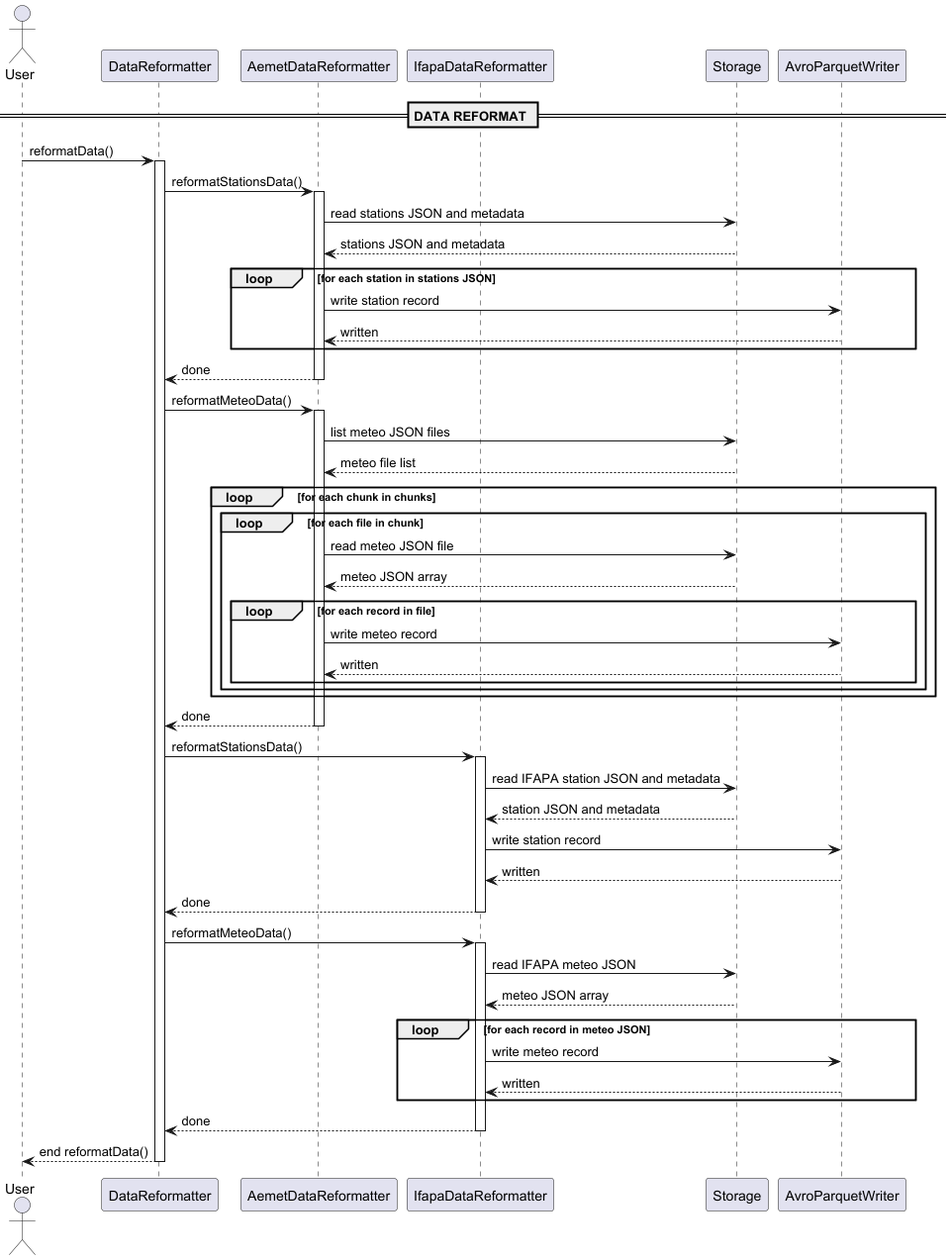
cfkr-dev/aemet_spark_study keeps this PlantUML diagram as big-data-core/documentation/export/data_extraction/data_reformatter_execution.png. Above is the earlier version. The source it was exported from:
```plantuml
@startuml
actor User

participant "DataReformatter" as DATA_REFORMAT
participant "AemetDataReformatter" as AEMET_REFMT
participant "IfapaDataReformatter" as IFAPA_REFMT
participant "Storage" as STORAGE
participant "AvroParquetWriter" as PARQUET

== DATA REFORMAT ==

User -> DATA_REFORMAT : reformatData()
activate DATA_REFORMAT

DATA_REFORMAT -> AEMET_REFMT : reformatStationsData()
activate AEMET_REFMT
AEMET_REFMT -> STORAGE : read stations JSON and metadata
STORAGE --> AEMET_REFMT : stations JSON and metadata
loop for each station in stations JSON
  AEMET_REFMT -> PARQUET : write station record
  PARQUET --> AEMET_REFMT : written
end
AEMET_REFMT --> DATA_REFORMAT : done
deactivate AEMET_REFMT

DATA_REFORMAT -> AEMET_REFMT : reformatMeteoData()
activate AEMET_REFMT
AEMET_REFMT -> STORAGE : list meteo JSON files
STORAGE --> AEMET_REFMT : meteo file list
loop for each chunk in chunks
  loop for each file in chunk
    AEMET_REFMT -> STORAGE : read meteo JSON file
    STORAGE --> AEMET_REFMT : meteo JSON array
    loop for each record in file
      AEMET_REFMT -> PARQUET : write meteo record
      PARQUET --> AEMET_REFMT : written
    end
  end
end
AEMET_REFMT --> DATA_REFORMAT : done
deactivate AEMET_REFMT

DATA_REFORMAT -> IFAPA_REFMT : reformatStationsData()
activate IFAPA_REFMT
IFAPA_REFMT -> STORAGE : read IFAPA station JSON and metadata
STORAGE --> IFAPA_REFMT : station JSON and metadata
IFAPA_REFMT -> PARQUET : write station record
PARQUET --> IFAPA_REFMT : written
IFAPA_REFMT --> DATA_REFORMAT : done
deactivate IFAPA_REFMT

DATA_REFORMAT -> IFAPA_REFMT : reformatMeteoData()
activate IFAPA_REFMT
IFAPA_REFMT -> STORAGE : read IFAPA meteo JSON
STORAGE --> IFAPA_REFMT : meteo JSON array
loop for each record in meteo JSON
  IFAPA_REFMT -> PARQUET : write meteo record
  PARQUET --> IFAPA_REFMT : written
end
IFAPA_REFMT --> DATA_REFORMAT : done
deactivate IFAPA_REFMT

DATA_REFORMAT --> User : end reformatData()
deactivate DATA_REFORMAT

@enduml
```
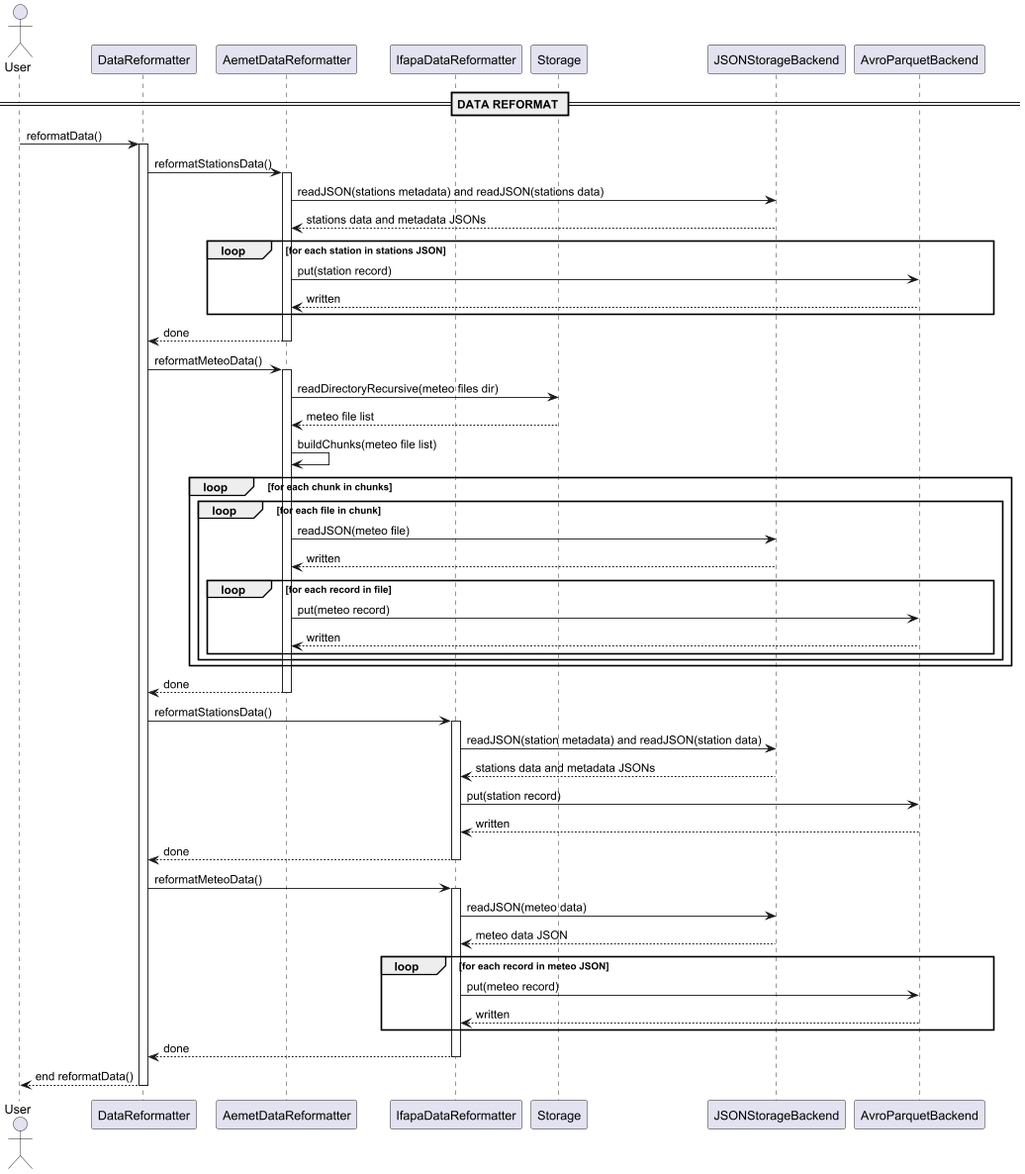
Later version of the same file.

Change to the diagram source:
```diff
@@ -5,7 +5,8 @@
 participant "AemetDataReformatter" as AEMET_REFMT
 participant "IfapaDataReformatter" as IFAPA_REFMT
 participant "Storage" as STORAGE
-participant "AvroParquetWriter" as PARQUET
+participant "JSONStorageBackend" as JSON_STORAGE_BACKEND
+participant "AvroParquetBackend" as PARQUET_STORAGE_BACKEND
 
 == DATA REFORMAT ==
 
@@ -14,26 +15,27 @@
 
 DATA_REFORMAT -> AEMET_REFMT : reformatStationsData()
 activate AEMET_REFMT
-AEMET_REFMT -> STORAGE : read stations JSON and metadata
-STORAGE --> AEMET_REFMT : stations JSON and metadata
+AEMET_REFMT -> JSON_STORAGE_BACKEND : readJSON(stations metadata) and readJSON(stations data)
+JSON_STORAGE_BACKEND --> AEMET_REFMT : stations data and metadata JSONs
 loop for each station in stations JSON
-  AEMET_REFMT -> PARQUET : write station record
-  PARQUET --> AEMET_REFMT : written
+  AEMET_REFMT -> PARQUET_STORAGE_BACKEND: put(station record)
+  PARQUET_STORAGE_BACKEND --> AEMET_REFMT : written
 end
 AEMET_REFMT --> DATA_REFORMAT : done
 deactivate AEMET_REFMT
 
 DATA_REFORMAT -> AEMET_REFMT : reformatMeteoData()
 activate AEMET_REFMT
-AEMET_REFMT -> STORAGE : list meteo JSON files
+AEMET_REFMT -> STORAGE : readDirectoryRecursive(meteo files dir)
 STORAGE --> AEMET_REFMT : meteo file list
+AEMET_REFMT -> AEMET_REFMT : buildChunks(meteo file list)
 loop for each chunk in chunks
   loop for each file in chunk
-    AEMET_REFMT -> STORAGE : read meteo JSON file
-    STORAGE --> AEMET_REFMT : meteo JSON array
+    AEMET_REFMT -> JSON_STORAGE_BACKEND : readJSON(meteo file)
+    JSON_STORAGE_BACKEND --> AEMET_REFMT : written
     loop for each record in file
-      AEMET_REFMT -> PARQUET : write meteo record
-      PARQUET --> AEMET_REFMT : written
+      AEMET_REFMT -> PARQUET_STORAGE_BACKEND : put(meteo record)
+      PARQUET_STORAGE_BACKEND --> AEMET_REFMT : written
     end
   end
 end
@@ -42,20 +44,20 @@
 
 DATA_REFORMAT -> IFAPA_REFMT : reformatStationsData()
 activate IFAPA_REFMT
-IFAPA_REFMT -> STORAGE : read IFAPA station JSON and metadata
-STORAGE --> IFAPA_REFMT : station JSON and metadata
-IFAPA_REFMT -> PARQUET : write station record
-PARQUET --> IFAPA_REFMT : written
+IFAPA_REFMT -> JSON_STORAGE_BACKEND : readJSON(station metadata) and readJSON(station data)
+JSON_STORAGE_BACKEND --> IFAPA_REFMT : stations data and metadata JSONs
+IFAPA_REFMT -> PARQUET_STORAGE_BACKEND : put(station record)
+PARQUET_STORAGE_BACKEND --> IFAPA_REFMT : written
 IFAPA_REFMT --> DATA_REFORMAT : done
 deactivate IFAPA_REFMT
 
 DATA_REFORMAT -> IFAPA_REFMT : reformatMeteoData()
 activate IFAPA_REFMT
-IFAPA_REFMT -> STORAGE : read IFAPA meteo JSON
-STORAGE --> IFAPA_REFMT : meteo JSON array
+IFAPA_REFMT -> JSON_STORAGE_BACKEND : readJSON(meteo data)
+JSON_STORAGE_BACKEND --> IFAPA_REFMT : meteo data JSON
 loop for each record in meteo JSON
-  IFAPA_REFMT -> PARQUET : write meteo record
-  PARQUET --> IFAPA_REFMT : written
+  IFAPA_REFMT -> PARQUET_STORAGE_BACKEND : put(meteo record)
+  PARQUET_STORAGE_BACKEND --> IFAPA_REFMT : written
 end
 IFAPA_REFMT --> DATA_REFORMAT : done
 deactivate IFAPA_REFMT
```
